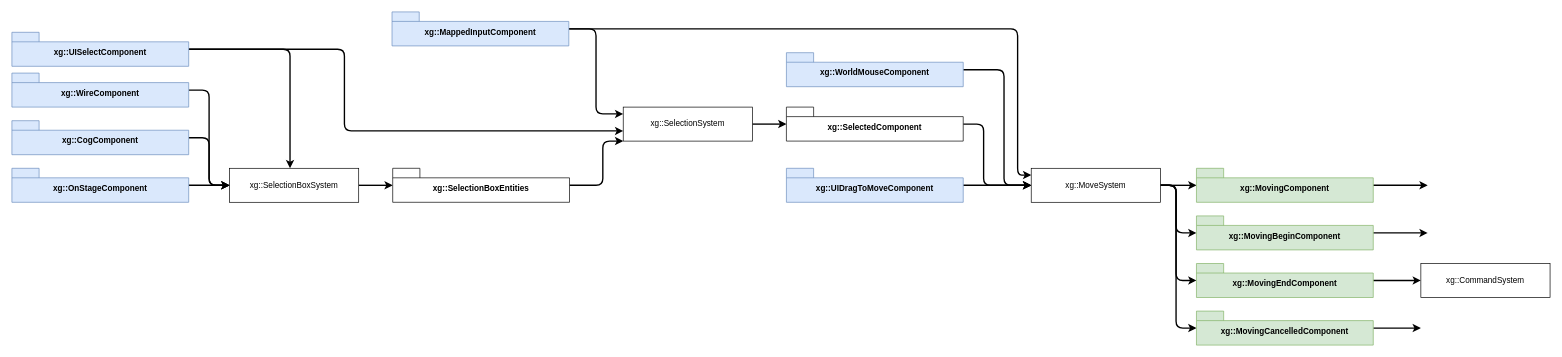
Above: design/selection.drawio in djfooks-kl/breadboard (draw.io), before the change. Source tidied: cells renumbered, new cells numbered last; positions are measured from the earlier drawing's top-left corner, leaving out a move shared by most shapes. Both pictures are drawn from the tidied source at 68%, with x=0, y=0 at pixel (12, 12).
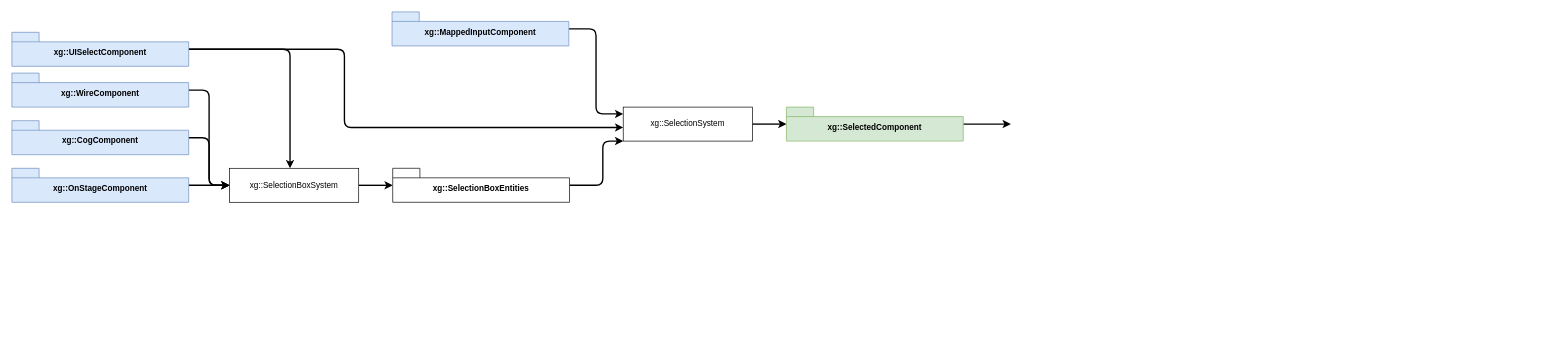
The same page after the edit.

Commit message (it also covers changes not shown here):
Movement design update

The change refers to these unchanged cells:
```xml
<mxCell id="3" value="xg::SelectionSystem" style="html=1;whiteSpace=wrap;" parent="1" vertex="1">
  <mxGeometry x="899" y="140" width="190" height="50" as="geometry" />
</mxCell>
<mxCell id="13" value="xg::MappedInputComponent" style="shape=folder;fontStyle=1;spacingTop=10;tabWidth=40;tabHeight=14;tabPosition=left;html=1;whiteSpace=wrap;fillColor=#dae8fc;strokeColor=#6c8ebf;" parent="1" vertex="1">
  <mxGeometry x="559" width="260" height="50" as="geometry" />
</mxCell>
<mxCell id="25" value="xg::UISelectComponent" style="shape=folder;fontStyle=1;spacingTop=10;tabWidth=40;tabHeight=14;tabPosition=left;html=1;whiteSpace=wrap;fillColor=#dae8fc;strokeColor=#6c8ebf;" parent="1" vertex="1">
  <mxGeometry y="30" width="260" height="50" as="geometry" />
</mxCell>
```

What changed in the source:
```diff
@@
-    <mxCell id="4" style="edgeStyle=orthogonalEdgeStyle;shape=connector;curved=0;rounded=1;jumpStyle=gap;jettySize=auto;html=1;strokeColor=default;strokeWidth=2;align=center;verticalAlign=middle;fontFamily=Helvetica;fontSize=11;fontColor=default;labelBackgroundColor=default;endArrow=classic;" parent="1" edge="1" source="5" target="10">
-      <mxGeometry relative="1" as="geometry">
-        <Array as="points">
-          <mxPoint x="1429" y="165" />
-          <mxPoint x="1429" y="255" />
-        </Array>
-      </mxGeometry>
-    </mxCell>
+    <mxCell id="40" style="edgeStyle=orthogonalEdgeStyle;shape=connector;curved=0;rounded=1;jumpStyle=gap;jettySize=auto;html=1;strokeColor=default;strokeWidth=2;align=center;verticalAlign=middle;fontFamily=Helvetica;fontSize=11;fontColor=default;labelBackgroundColor=default;endArrow=classic;" parent="1" edge="1" source="5">
+      <mxGeometry relative="1" as="geometry">
+        <mxPoint x="1469" y="165" as="targetPoint" />
+      </mxGeometry>
+    </mxCell>
-    <mxCell id="5" value="xg::SelectedComponent" style="shape=folder;fontStyle=1;spacingTop=10;tabWidth=40;tabHeight=14;tabPosition=left;html=1;whiteSpace=wrap;" parent="1" vertex="1">
+    <mxCell id="5" value="xg::SelectedComponent" style="shape=folder;fontStyle=1;spacingTop=10;tabWidth=40;tabHeight=14;tabPosition=left;html=1;whiteSpace=wrap;fillColor=#d5e8d4;strokeColor=#82b366;" parent="1" vertex="1">
       <mxGeometry x="1139" y="140" width="260" height="50" as="geometry" />
     </mxCell>
-    <mxCell id="6" style="edgeStyle=orthogonalEdgeStyle;shape=connector;curved=0;rounded=1;jettySize=auto;html=1;strokeColor=default;strokeWidth=2;align=center;verticalAlign=middle;fontFamily=Helvetica;fontSize=11;fontColor=default;labelBackgroundColor=default;endArrow=classic;jumpStyle=gap;" parent="1" edge="1" source="10" target="15">
-      <mxGeometry relative="1" as="geometry" />
-    </mxCell>
-    <mxCell id="7" style="edgeStyle=orthogonalEdgeStyle;shape=connector;curved=0;rounded=1;jettySize=auto;html=1;strokeColor=default;strokeWidth=2;align=center;verticalAlign=middle;fontFamily=Helvetica;fontSize=11;fontColor=default;labelBackgroundColor=default;endArrow=classic;jumpStyle=gap;" parent="1" edge="1" source="10" target="17">
-      <mxGeometry relative="1" as="geometry">
-        <Array as="points">
-          <mxPoint x="1712" y="255" />
-          <mxPoint x="1712" y="325" />
-        </Array>
-      </mxGeometry>
-    </mxCell>
-    <mxCell id="8" style="edgeStyle=orthogonalEdgeStyle;shape=connector;curved=0;rounded=1;jettySize=auto;html=1;strokeColor=default;strokeWidth=2;align=center;verticalAlign=middle;fontFamily=Helvetica;fontSize=11;fontColor=default;labelBackgroundColor=default;endArrow=classic;jumpStyle=gap;" parent="1" edge="1" source="10" target="19">
-      <mxGeometry relative="1" as="geometry">
-        <Array as="points">
-          <mxPoint x="1712" y="255" />
-          <mxPoint x="1712" y="395" />
-        </Array>
-      </mxGeometry>
-    </mxCell>
-    <mxCell id="9" style="edgeStyle=orthogonalEdgeStyle;shape=connector;curved=0;rounded=1;jettySize=auto;html=1;strokeColor=default;strokeWidth=2;align=center;verticalAlign=middle;fontFamily=Helvetica;fontSize=11;fontColor=default;labelBackgroundColor=default;endArrow=classic;jumpStyle=gap;" parent="1" edge="1" source="10" target="21">
-      <mxGeometry relative="1" as="geometry">
-        <Array as="points">
-          <mxPoint x="1712" y="255" />
-          <mxPoint x="1712" y="465" />
-        </Array>
-      </mxGeometry>
-    </mxCell>
-    <mxCell id="10" value="xg::MoveSystem" style="html=1;whiteSpace=wrap;" parent="1" vertex="1">
-      <mxGeometry x="1499" y="230" width="190" height="50" as="geometry" />
-    </mxCell>
@@
-    <mxCell id="12" style="edgeStyle=orthogonalEdgeStyle;shape=connector;curved=0;rounded=1;jumpStyle=gap;jettySize=auto;html=1;strokeColor=default;strokeWidth=2;align=center;verticalAlign=middle;fontFamily=Helvetica;fontSize=11;fontColor=default;labelBackgroundColor=default;endArrow=classic;" parent="1" edge="1" source="13" target="10">
-      <mxGeometry relative="1" as="geometry">
-        <Array as="points">
-          <mxPoint x="1479" y="25" />
-          <mxPoint x="1479" y="240" />
-        </Array>
-      </mxGeometry>
-    </mxCell>
@@
-    <mxCell id="14" style="edgeStyle=orthogonalEdgeStyle;shape=connector;curved=0;rounded=1;jettySize=auto;html=1;strokeColor=default;strokeWidth=2;align=center;verticalAlign=middle;fontFamily=Helvetica;fontSize=11;fontColor=default;labelBackgroundColor=default;endArrow=classic;jumpStyle=gap;" parent="1" edge="1" source="15">
-      <mxGeometry relative="1" as="geometry">
-        <mxPoint x="2082" y="255" as="targetPoint" />
-      </mxGeometry>
-    </mxCell>
-    <mxCell id="15" value="xg::MovingComponent" style="shape=folder;fontStyle=1;spacingTop=10;tabWidth=40;tabHeight=14;tabPosition=left;html=1;whiteSpace=wrap;fillColor=#d5e8d4;strokeColor=#82b366;" parent="1" vertex="1">
-      <mxGeometry x="1742" y="230" width="260" height="50" as="geometry" />
-    </mxCell>
-    <mxCell id="16" style="edgeStyle=orthogonalEdgeStyle;shape=connector;curved=0;rounded=1;jettySize=auto;html=1;strokeColor=default;strokeWidth=2;align=center;verticalAlign=middle;fontFamily=Helvetica;fontSize=11;fontColor=default;labelBackgroundColor=default;endArrow=classic;jumpStyle=gap;" parent="1" edge="1" source="17">
-      <mxGeometry relative="1" as="geometry">
-        <mxPoint x="2082" y="325" as="targetPoint" />
-      </mxGeometry>
-    </mxCell>
-    <mxCell id="17" value="xg::MovingBeginComponent" style="shape=folder;fontStyle=1;spacingTop=10;tabWidth=40;tabHeight=14;tabPosition=left;html=1;whiteSpace=wrap;fillColor=#d5e8d4;strokeColor=#82b366;" parent="1" vertex="1">
-      <mxGeometry x="1742" y="300" width="260" height="50" as="geometry" />
-    </mxCell>
-    <mxCell id="18" style="edgeStyle=orthogonalEdgeStyle;shape=connector;curved=0;rounded=1;jettySize=auto;html=1;strokeColor=default;strokeWidth=2;align=center;verticalAlign=middle;fontFamily=Helvetica;fontSize=11;fontColor=default;labelBackgroundColor=default;endArrow=classic;jumpStyle=gap;" parent="1" edge="1" source="19" target="22">
-      <mxGeometry relative="1" as="geometry" />
-    </mxCell>
-    <mxCell id="19" value="xg::MovingEndComponent" style="shape=folder;fontStyle=1;spacingTop=10;tabWidth=40;tabHeight=14;tabPosition=left;html=1;whiteSpace=wrap;fillColor=#d5e8d4;strokeColor=#82b366;" parent="1" vertex="1">
-      <mxGeometry x="1742" y="370" width="260" height="50" as="geometry" />
-    </mxCell>
-    <mxCell id="20" style="edgeStyle=orthogonalEdgeStyle;shape=connector;curved=0;rounded=1;jettySize=auto;html=1;strokeColor=default;strokeWidth=2;align=center;verticalAlign=middle;fontFamily=Helvetica;fontSize=11;fontColor=default;labelBackgroundColor=default;endArrow=classic;jumpStyle=gap;" parent="1" edge="1" source="21">
-      <mxGeometry relative="1" as="geometry">
-        <mxPoint x="2072" y="465" as="targetPoint" />
-      </mxGeometry>
-    </mxCell>
-    <mxCell id="21" value="xg::MovingCancelledComponent" style="shape=folder;fontStyle=1;spacingTop=10;tabWidth=40;tabHeight=14;tabPosition=left;html=1;whiteSpace=wrap;fillColor=#d5e8d4;strokeColor=#82b366;" parent="1" vertex="1">
-      <mxGeometry x="1742" y="440" width="260" height="50" as="geometry" />
-    </mxCell>
-    <mxCell id="22" value="xg::CommandSystem" style="html=1;whiteSpace=wrap;" parent="1" vertex="1">
-      <mxGeometry x="2072" y="370" width="190" height="50" as="geometry" />
-    </mxCell>
     <mxCell id="23" style="edgeStyle=orthogonalEdgeStyle;shape=connector;curved=0;rounded=1;jumpStyle=gap;jettySize=auto;html=1;strokeColor=default;strokeWidth=2;align=center;verticalAlign=middle;fontFamily=Helvetica;fontSize=11;fontColor=default;labelBackgroundColor=default;endArrow=classic;" parent="1" edge="1" source="25" target="3">
       <mxGeometry relative="1" as="geometry">
         <Array as="points">
           <mxPoint x="489" y="55" />
-          <mxPoint x="489" y="175" />
+          <mxPoint x="489" y="170" />
         </Array>
       </mxGeometry>
     </mxCell>
@@
-    <mxCell id="26" style="edgeStyle=orthogonalEdgeStyle;shape=connector;curved=0;rounded=1;jumpStyle=gap;jettySize=auto;html=1;strokeColor=default;strokeWidth=2;align=center;verticalAlign=middle;fontFamily=Helvetica;fontSize=11;fontColor=default;labelBackgroundColor=default;endArrow=classic;" parent="1" edge="1" source="27" target="10">
-      <mxGeometry relative="1" as="geometry" />
-    </mxCell>
-    <mxCell id="27" value="xg::UIDragToMoveComponent" style="shape=folder;fontStyle=1;spacingTop=10;tabWidth=40;tabHeight=14;tabPosition=left;html=1;whiteSpace=wrap;fillColor=#dae8fc;strokeColor=#6c8ebf;" parent="1" vertex="1">
-      <mxGeometry x="1139" y="230" width="260" height="50" as="geometry" />
-    </mxCell>
-    <mxCell id="28" style="edgeStyle=orthogonalEdgeStyle;shape=connector;curved=0;rounded=1;jumpStyle=gap;jettySize=auto;html=1;strokeColor=default;strokeWidth=2;align=center;verticalAlign=middle;fontFamily=Helvetica;fontSize=11;fontColor=default;labelBackgroundColor=default;endArrow=classic;" parent="1" edge="1" source="29" target="10">
-      <mxGeometry relative="1" as="geometry">
-        <Array as="points">
-          <mxPoint x="1459" y="85" />
-          <mxPoint x="1459" y="255" />
-        </Array>
-      </mxGeometry>
-    </mxCell>
-    <mxCell id="29" value="xg::WorldMouseComponent" style="shape=folder;fontStyle=1;spacingTop=10;tabWidth=40;tabHeight=14;tabPosition=left;html=1;whiteSpace=wrap;fillColor=#dae8fc;strokeColor=#6c8ebf;" parent="1" vertex="1">
-      <mxGeometry x="1139" y="60" width="260" height="50" as="geometry" />
-    </mxCell>
```
